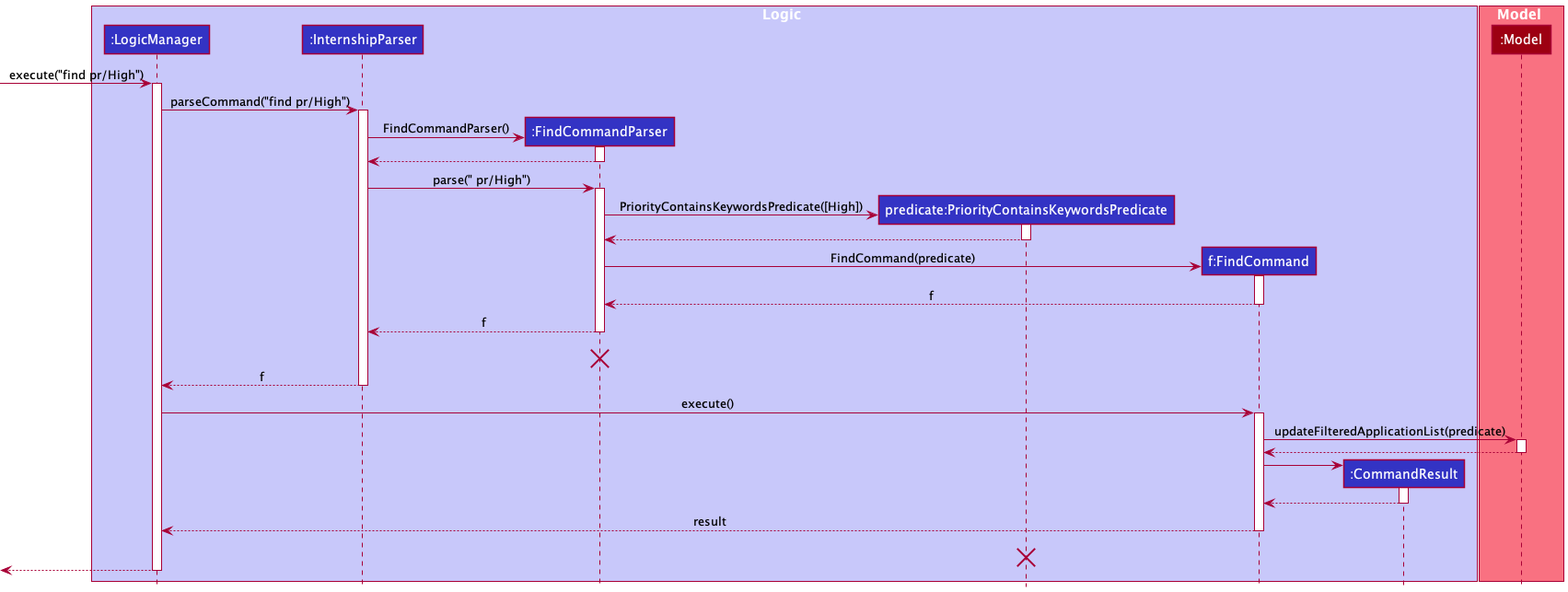
Earlier version of the PlantUML export docs/images/umldiagrams/FindSequenceDiagram.png (tianyue58/tp).
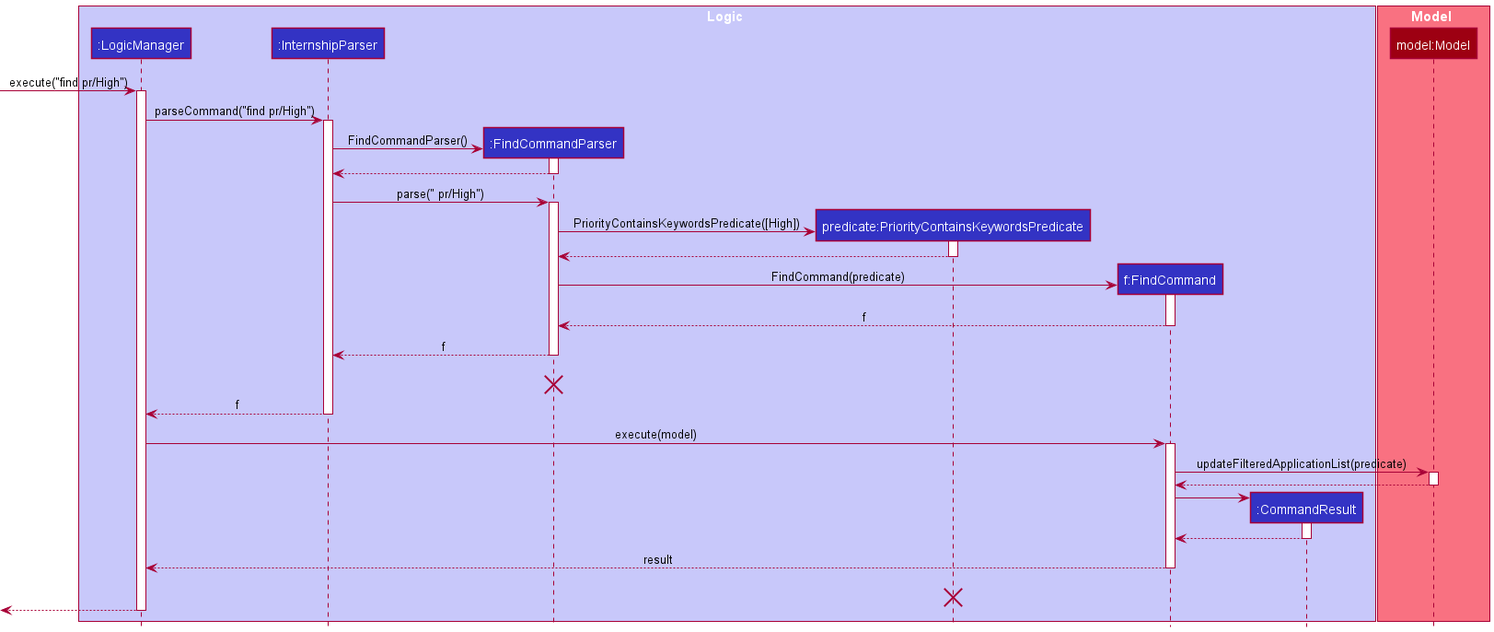
After the change.

Diff of the diagram source:
```diff
@@ -11,7 +11,7 @@
 end box
 
 box Model MODEL_COLOR_T1
-participant ":Model" as Model MODEL_COLOR
+participant "model:Model" as Model MODEL_COLOR
 
 end box
 [-> LogicManager : execute("find pr/High")
@@ -53,7 +53,7 @@
 InternshipParser --> LogicManager : f
 deactivate InternshipParser
 
-LogicManager -> FindCommand : execute()
+LogicManager -> FindCommand : execute(model)
 activate FindCommand
 
 FindCommand -> Model : updateFilteredApplicationList(predicate)
```
